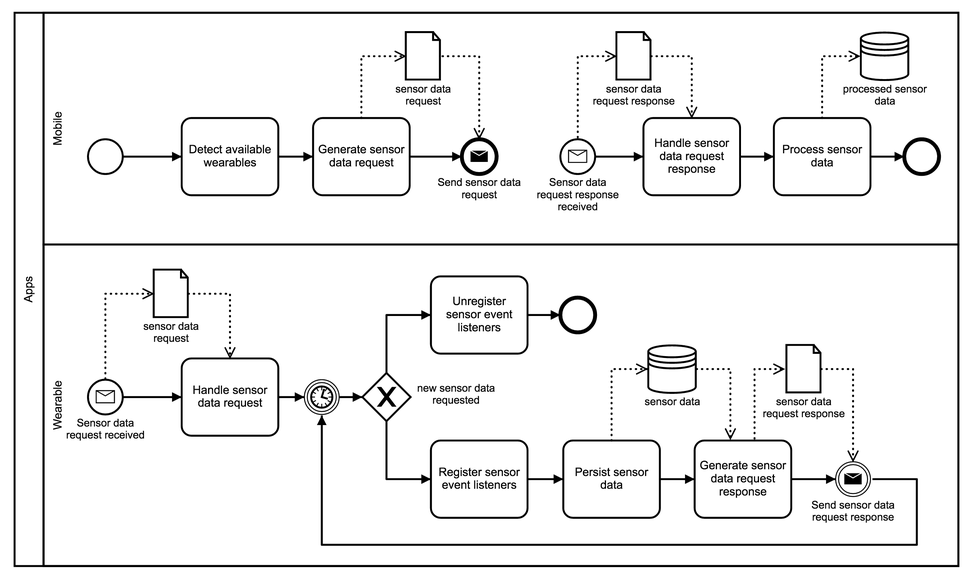
Above: Source/diagrams/apps.png in Steppschuh/bachelors-thesis (BPMN), before the change. Its source is kept beside it as Source/diagrams/apps.bpmn. Ids are renumbered.
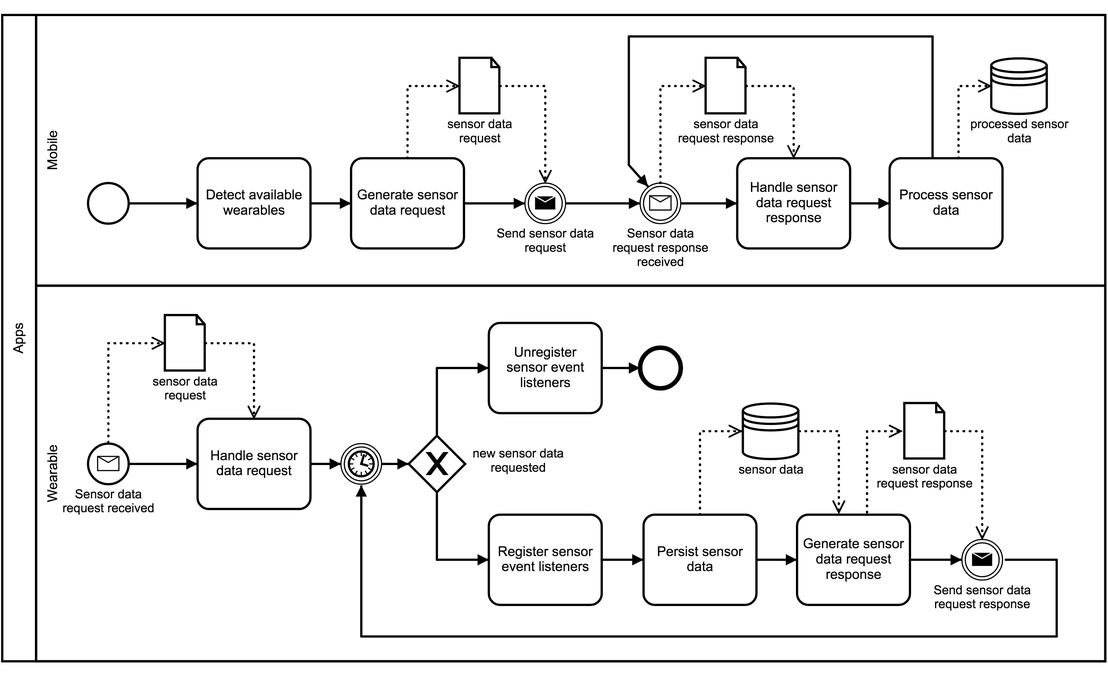
After the change.

Change to the diagram source:
```diff
@@ -5,13 +5,12 @@
   <process id="Process_1" isExecutable="false">
     <laneSet>
       <lane id="Lane_n3" name="Mobile">
+        <flowNodeRef>StartEvent_n6</flowNodeRef>
         <flowNodeRef>Task_n4</flowNodeRef>
         <flowNodeRef>Task_n5</flowNodeRef>
-        <flowNodeRef>StartEvent_n6</flowNodeRef>
-        <flowNodeRef>EndEvent_n7</flowNodeRef>
         <flowNodeRef>Task_n8</flowNodeRef>
         <flowNodeRef>Task_n9</flowNodeRef>
-        <flowNodeRef>EndEvent_n10</flowNodeRef>
+        <flowNodeRef>EndEvent_n7</flowNodeRef>
         <flowNodeRef>StartEvent_n11</flowNodeRef>
       </lane>
       <lane id="Lane_n12" name="Wearable">
@@ -27,66 +26,6 @@
         <flowNodeRef>IntermediateThrowEvent_n22</flowNodeRef>
       </lane>
     </laneSet>
-    <startEvent id="StartEvent_n6" name="">
-      <outgoing>SequenceFlow_n23</outgoing>
-    </startEvent>
-    <task id="Task_n4" name="Detect available wearables">
-      <incoming>SequenceFlow_n23</incoming>
-      <outgoing>SequenceFlow_n24</outgoing>
-    </task>
-    <task id="Task_n5" name="Generate sensor data request">
-      <incoming>SequenceFlow_n24</incoming>
-      <outgoing>SequenceFlow_n25</outgoing>
-      <dataOutputAssociation id="DataOutputAssociation_n26">
-        <targetRef>DataObjectReference_n27</targetRef>
-      </dataOutputAssociation>
-    </task>
-    <dataObjectReference id="DataObjectReference_n27" name="sensor data request" dataObjectRef="DataObject_n28" />
-    <dataObject id="DataObject_n28" />
-    <endEvent id="EndEvent_n7" name="Send sensor data request">
-      <incoming>SequenceFlow_n25</incoming>
-      <property id="Property_n29" name="__targetRef_placeholder" />
-      <dataInputAssociation id="DataInputAssociation_n30">
-        <sourceRef>DataObjectReference_n27</sourceRef>
-        <targetRef>Property_n29</targetRef>
-      </dataInputAssociation>
-      <messageEventDefinition />
-    </endEvent>
-    <sequenceFlow id="SequenceFlow_n23" sourceRef="StartEvent_n6" targetRef="Task_n4" />
-    <sequenceFlow id="SequenceFlow_n24" sourceRef="Task_n4" targetRef="Task_n5" />
-    <sequenceFlow id="SequenceFlow_n25" sourceRef="Task_n5" targetRef="EndEvent_n7" />
-    <startEvent id="StartEvent_n11" name="Sensor data request response received">
-      <outgoing>SequenceFlow_n31</outgoing>
-      <dataOutputAssociation id="DataOutputAssociation_n32">
-        <targetRef>DataObjectReference_n33</targetRef>
-      </dataOutputAssociation>
-      <messageEventDefinition />
-    </startEvent>
-    <task id="Task_n8" name="Handle sensor data request response">
-      <incoming>SequenceFlow_n31</incoming>
-      <outgoing>SequenceFlow_n34</outgoing>
-      <property id="Property_n35" name="__targetRef_placeholder" />
-      <dataInputAssociation id="DataInputAssociation_n36">
-        <sourceRef>DataObjectReference_n33</sourceRef>
-        <targetRef>Property_n35</targetRef>
-      </dataInputAssociation>
-    </task>
-    <sequenceFlow id="SequenceFlow_n31" sourceRef="StartEvent_n11" targetRef="Task_n8" />
-    <dataObjectReference id="DataObjectReference_n33" name="sensor data request response" dataObjectRef="DataObject_n37" />
-    <dataObject id="DataObject_n37" />
-    <task id="Task_n9" name="Process sensor data">
-      <incoming>SequenceFlow_n34</incoming>
-      <outgoing>SequenceFlow_n38</outgoing>
-      <dataOutputAssociation id="DataOutputAssociation_n39">
-        <targetRef>DataStoreReference_n40</targetRef>
-      </dataOutputAssociation>
-    </task>
-    <sequenceFlow id="SequenceFlow_n34" sourceRef="Task_n8" targetRef="Task_n9" />
-    <sequenceFlow id="SequenceFlow_n38" sourceRef="Task_n9" targetRef="EndEvent_n10" />
-    <endEvent id="EndEvent_n10">
-      <incoming>SequenceFlow_n38</incoming>
-    </endEvent>
-    <dataStoreReference id="DataStoreReference_n40" name="processed sensor data" />
     <startEvent id="StartEvent_n18" name="Sensor data request received">
       <outgoing>SequenceFlow_n41</outgoing>
       <dataOutputAssociation id="DataOutputAssociation_n42">
@@ -169,6 +108,67 @@
     <sequenceFlow id="SequenceFlow_n53" sourceRef="Task_n15" targetRef="Task_n16" />
     <sequenceFlow id="SequenceFlow_n54" sourceRef="Task_n16" targetRef="Task_n17" />
     <sequenceFlow id="SequenceFlow_n57" sourceRef="Task_n17" targetRef="IntermediateThrowEvent_n22" />
+    <startEvent id="StartEvent_n6" name="">
+      <outgoing>SequenceFlow_n23</outgoing>
+    </startEvent>
+    <task id="Task_n4" name="Detect available wearables">
+      <incoming>SequenceFlow_n23</incoming>
+      <outgoing>SequenceFlow_n24</outgoing>
+    </task>
+    <task id="Task_n5" name="Generate sensor data request">
+      <incoming>SequenceFlow_n24</incoming>
+      <outgoing>SequenceFlow_n25</outgoing>
+      <dataOutputAssociation id="DataOutputAssociation_n26">
+        <targetRef>DataObjectReference_n27</targetRef>
+      </dataOutputAssociation>
+    </task>
+    <dataObjectReference id="DataObjectReference_n27" name="sensor data request" dataObjectRef="DataObject_n28" />
+    <dataObject id="DataObject_n28" />
+    <task id="Task_n8" name="Handle sensor data request response">
+      <incoming>SequenceFlow_n31</incoming>
+      <outgoing>SequenceFlow_n34</outgoing>
+      <property id="Property_n35" name="__targetRef_placeholder" />
+      <dataInputAssociation id="DataInputAssociation_n36">
+        <sourceRef>DataObjectReference_n33</sourceRef>
+        <targetRef>Property_n35</targetRef>
+      </dataInputAssociation>
+    </task>
+    <dataObjectReference id="DataObjectReference_n33" name="sensor data request response" dataObjectRef="DataObject_n37" />
+    <dataObject id="DataObject_n37" />
+    <task id="Task_n9" name="Process sensor data">
+      <incoming>SequenceFlow_n34</incoming>
+      <outgoing>SequenceFlow_n65</outgoing>
+      <dataOutputAssociation id="DataOutputAssociation_n39">
+        <targetRef>DataStoreReference_n40</targetRef>
+      </dataOutputAssociation>
+    </task>
+    <dataStoreReference id="DataStoreReference_n40" name="processed sensor data" />
+    <intermediateThrowEvent id="EndEvent_n7" name="Send sensor data request">
+      <incoming>SequenceFlow_n25</incoming>
+      <outgoing>SequenceFlow_n66</outgoing>
+      <property id="Property_n67" name="__targetRef_placeholder" />
+      <dataInputAssociation id="DataInputAssociation_n30">
+        <sourceRef>DataObjectReference_n27</sourceRef>
+        <targetRef>Property_n67</targetRef>
+      </dataInputAssociation>
+      <messageEventDefinition />
+    </intermediateThrowEvent>
+    <intermediateCatchEvent id="StartEvent_n11" name="Sensor data request response received">
+      <incoming>SequenceFlow_n66</incoming>
+      <incoming>SequenceFlow_n65</incoming>
+      <outgoing>SequenceFlow_n31</outgoing>
+      <dataOutputAssociation id="DataOutputAssociation_n68">
+        <targetRef>DataObjectReference_n33</targetRef>
+      </dataOutputAssociation>
+      <messageEventDefinition />
+    </intermediateCatchEvent>
+    <sequenceFlow id="SequenceFlow_n23" sourceRef="StartEvent_n6" targetRef="Task_n4" />
+    <sequenceFlow id="SequenceFlow_n24" sourceRef="Task_n4" targetRef="Task_n5" />
+    <sequenceFlow id="SequenceFlow_n25" sourceRef="Task_n5" targetRef="EndEvent_n7" />
+    <sequenceFlow id="SequenceFlow_n31" sourceRef="StartEvent_n11" targetRef="Task_n8" />
+    <sequenceFlow id="SequenceFlow_n34" sourceRef="Task_n8" targetRef="Task_n9" />
+    <sequenceFlow id="SequenceFlow_n65" sourceRef="Task_n9" targetRef="StartEvent_n11" />
+    <sequenceFlow id="SequenceFlow_n66" sourceRef="EndEvent_n7" targetRef="StartEvent_n11" />
   </process>
   <bpmndi:BPMNDiagram id="BpmnDiagram_1">
     <bpmndi:BPMNPlane id="BpmnPlane_1" bpmnElement="Collaboration_n1">
@@ -182,19 +182,19 @@
         <omgdc:Bounds x="293" y="304" width="947" height="333" />
       </bpmndi:BPMNShape>
       <bpmndi:BPMNShape id="StartEvent_n6_di" bpmnElement="StartEvent_n6">
-        <omgdc:Bounds x="339" y="195" width="36" height="36" />
+        <omgdc:Bounds x="339" y="213" width="36" height="36" />
         <bpmndi:BPMNLabel>
-          <omgdc:Bounds x="312" y="231" width="90" height="20" />
+          <omgdc:Bounds x="312" y="249" width="90" height="20" />
         </bpmndi:BPMNLabel>
       </bpmndi:BPMNShape>
       <bpmndi:BPMNShape id="Task_n4_di" bpmnElement="Task_n4">
-        <omgdc:Bounds x="436" y="173" width="100" height="80" />
+        <omgdc:Bounds x="436" y="191" width="100" height="80" />
       </bpmndi:BPMNShape>
       <bpmndi:BPMNEdge id="SequenceFlow_n23_di" bpmnElement="SequenceFlow_n23">
-        <omgdi:waypoint xsi:type="omgdc:Point" x="375" y="213" />
-        <omgdi:waypoint xsi:type="omgdc:Point" x="436" y="213" />
+        <omgdi:waypoint xsi:type="omgdc:Point" x="375" y="231" />
+        <omgdi:waypoint xsi:type="omgdc:Point" x="436" y="231" />
         <bpmndi:BPMNLabel>
-          <omgdc:Bounds x="360.5" y="188" width="90" height="20" />
+          <omgdc:Bounds x="361" y="206" width="90" height="20" />
         </bpmndi:BPMNLabel>
       </bpmndi:BPMNEdge>
       <bpmndi:BPMNShape id="StartEvent_08kapgo_di" bpmnElement="StartEvent_n18">
@@ -214,28 +214,22 @@
         </bpmndi:BPMNLabel>
       </bpmndi:BPMNEdge>
       <bpmndi:BPMNShape id="Task_n5_di" bpmnElement="Task_n5">
-        <omgdc:Bounds x="572" y="173" width="100" height="80" />
+        <omgdc:Bounds x="572" y="191" width="100" height="80" />
       </bpmndi:BPMNShape>
       <bpmndi:BPMNEdge id="SequenceFlow_n24_di" bpmnElement="SequenceFlow_n24">
-        <omgdi:waypoint xsi:type="omgdc:Point" x="536" y="213" />
-        <omgdi:waypoint xsi:type="omgdc:Point" x="572" y="213" />
+        <omgdi:waypoint xsi:type="omgdc:Point" x="536" y="231" />
+        <omgdi:waypoint xsi:type="omgdc:Point" x="572" y="231" />
         <bpmndi:BPMNLabel>
-          <omgdc:Bounds x="509" y="188" width="90" height="20" />
+          <omgdc:Bounds x="509" y="206" width="90" height="20" />
         </bpmndi:BPMNLabel>
       </bpmndi:BPMNEdge>
       <bpmndi:BPMNEdge id="SequenceFlow_n25_di" bpmnElement="SequenceFlow_n25">
-        <omgdi:waypoint xsi:type="omgdc:Point" x="672" y="213" />
-        <omgdi:waypoint xsi:type="omgdc:Point" x="726" y="213" />
+        <omgdi:waypoint xsi:type="omgdc:Point" x="672" y="231" />
+        <omgdi:waypoint xsi:type="omgdc:Point" x="726" y="231" />
         <bpmndi:BPMNLabel>
-          <omgdc:Bounds x="654" y="188" width="90" height="20" />
+          <omgdc:Bounds x="654" y="206" width="90" height="20" />
         </bpmndi:BPMNLabel>
       </bpmndi:BPMNEdge>
-      <bpmndi:BPMNShape id="EndEvent_0nxr4s8_di" bpmnElement="EndEvent_n7">
-        <omgdc:Bounds x="726" y="195" width="36" height="36" />
-        <bpmndi:BPMNLabel>
-          <omgdc:Bounds x="699" y="231" width="90" height="20" />
-        </bpmndi:BPMNLabel>
-      </bpmndi:BPMNShape>
       <bpmndi:BPMNShape id="ExclusiveGateway_n19_di" bpmnElement="ExclusiveGateway_n19" isMarkerVisible="true">
         <omgdc:Bounds x="623" y="437" width="50" height="50" />
         <bpmndi:BPMNLabel>
@@ -270,20 +264,20 @@
         </bpmndi:BPMNLabel>
       </bpmndi:BPMNEdge>
       <bpmndi:BPMNShape id="DataObjectReference_n27_di" bpmnElement="DataObjectReference_n27">
-        <omgdc:Bounds x="668" y="84" width="36" height="50" />
+        <omgdc:Bounds x="668" y="102" width="36" height="50" />
         <bpmndi:BPMNLabel>
-          <omgdc:Bounds x="641" y="134" width="90" height="20" />
+          <omgdc:Bounds x="641" y="152" width="90" height="20" />
         </bpmndi:BPMNLabel>
       </bpmndi:BPMNShape>
       <bpmndi:BPMNEdge id="DataOutputAssociation_n26_di" bpmnElement="DataOutputAssociation_n26">
-        <omgdi:waypoint xsi:type="omgdc:Point" x="622" y="173" />
-        <omgdi:waypoint xsi:type="omgdc:Point" x="622" y="109" />
-        <omgdi:waypoint xsi:type="omgdc:Point" x="668" y="109" />
+        <omgdi:waypoint xsi:type="omgdc:Point" x="622" y="191" />
+        <omgdi:waypoint xsi:type="omgdc:Point" x="622" y="127" />
+        <omgdi:waypoint xsi:type="omgdc:Point" x="668" y="127" />
       </bpmndi:BPMNEdge>
       <bpmndi:BPMNEdge id="DataInputAssociation_n30_di" bpmnElement="DataInputAssociation_n30">
-        <omgdi:waypoint xsi:type="omgdc:Point" x="706" y="109" />
-        <omgdi:waypoint xsi:type="omgdc:Point" x="744" y="109" />
-        <omgdi:waypoint xsi:type="omgdc:Point" x="744" y="195" />
+        <omgdi:waypoint xsi:type="omgdc:Point" x="704" y="127" />
+        <omgdi:waypoint xsi:type="omgdc:Point" x="744" y="127" />
+        <omgdi:waypoint xsi:type="omgdc:Point" x="744" y="213" />
       </bpmndi:BPMNEdge>
       <bpmndi:BPMNEdge id="SequenceFlow_n44_di" bpmnElement="SequenceFlow_n44">
         <omgdi:waypoint xsi:type="omgdc:Point" x="536" y="462" />
@@ -404,71 +398,81 @@
           <omgdc:Bounds x="1167" y="571" width="90" height="20" />
         </bpmndi:BPMNLabel>
       </bpmndi:BPMNEdge>
-      <bpmndi:BPMNShape id="StartEvent_0irjjyy_di" bpmnElement="StartEvent_n11">
-        <omgdc:Bounds x="828" y="195" width="36" height="36" />
-        <bpmndi:BPMNLabel>
-          <omgdc:Bounds x="801" y="231" width="90" height="20" />
-        </bpmndi:BPMNLabel>
-      </bpmndi:BPMNShape>
       <bpmndi:BPMNShape id="Task_n8_di" bpmnElement="Task_n8">
-        <omgdc:Bounds x="914" y="173" width="100" height="80" />
+        <omgdc:Bounds x="914" y="191" width="100" height="80" />
       </bpmndi:BPMNShape>
       <bpmndi:BPMNEdge id="SequenceFlow_n31_di" bpmnElement="SequenceFlow_n31">
-        <omgdi:waypoint xsi:type="omgdc:Point" x="864" y="213" />
-        <omgdi:waypoint xsi:type="omgdc:Point" x="914" y="213" />
+        <omgdi:waypoint xsi:type="omgdc:Point" x="864" y="231" />
+        <omgdi:waypoint xsi:type="omgdc:Point" x="914" y="231" />
         <bpmndi:BPMNLabel>
-          <omgdc:Bounds x="844" y="188" width="90" height="20" />
+          <omgdc:Bounds x="844" y="206" width="90" height="20" />
         </bpmndi:BPMNLabel>
       </bpmndi:BPMNEdge>
       <bpmndi:BPMNShape id="DataObjectReference_n33_di" bpmnElement="DataObjectReference_n33">
-        <omgdc:Bounds x="886" y="84" width="36" height="50" />
+        <omgdc:Bounds x="886" y="102" width="36" height="50" />
         <bpmndi:BPMNLabel>
-          <omgdc:Bounds x="859" y="134" width="90" height="20" />
+          <omgdc:Bounds x="859" y="152" width="90" height="20" />
         </bpmndi:BPMNLabel>
       </bpmndi:BPMNShape>
-      <bpmndi:BPMNEdge id="DataOutputAssociation_n32_di" bpmnElement="DataOutputAssociation_n32">
-        <omgdi:waypoint xsi:type="omgdc:Point" x="846" y="193" />
-        <omgdi:waypoint xsi:type="omgdc:Point" x="846" y="109" />
-        <omgdi:waypoint xsi:type="omgdc:Point" x="886" y="109" />
-      </bpmndi:BPMNEdge>
       <bpmndi:BPMNEdge id="DataInputAssociation_n36_di" bpmnElement="DataInputAssociation_n36">
-        <omgdi:waypoint xsi:type="omgdc:Point" x="922" y="109" />
-        <omgdi:waypoint xsi:type="omgdc:Point" x="964" y="109" />
-        <omgdi:waypoint xsi:type="omgdc:Point" x="964" y="173" />
+        <omgdi:waypoint xsi:type="omgdc:Point" x="922" y="127" />
+        <omgdi:waypoint xsi:type="omgdc:Point" x="964" y="127" />
+        <omgdi:waypoint xsi:type="omgdc:Point" x="964" y="191" />
       </bpmndi:BPMNEdge>
       <bpmndi:BPMNShape id="Task_n9_di" bpmnElement="Task_n9">
-        <omgdc:Bounds x="1049" y="173" width="100" height="80" />
+        <omgdc:Bounds x="1049" y="191" width="100" height="80" />
       </bpmndi:BPMNShape>
       <bpmndi:BPMNEdge id="SequenceFlow_n34_di" bpmnElement="SequenceFlow_n34">
-        <omgdi:waypoint xsi:type="omgdc:Point" x="1014" y="213" />
-        <omgdi:waypoint xsi:type="omgdc:Point" x="1049" y="213" />
+        <omgdi:waypoint xsi:type="omgdc:Point" x="1014" y="231" />
+        <omgdi:waypoint xsi:type="omgdc:Point" x="1049" y="231" />
         <bpmndi:BPMNLabel>
-          <omgdc:Bounds x="986.5" y="188" width="90" height="20" />
-        </bpmndi:BPMNLabel>
-      </bpmndi:BPMNEdge>
-      <bpmndi:BPMNShape id="EndEvent_n10_di" bpmnElement="EndEvent_n10">
-        <omgdc:Bounds x="1184" y="195" width="36" height="36" />
-        <bpmndi:BPMNLabel>
-          <omgdc:Bounds x="1157" y="231" width="90" height="20" />
-        </bpmndi:BPMNLabel>
-      </bpmndi:BPMNShape>
-      <bpmndi:BPMNEdge id="SequenceFlow_n38_di" bpmnElement="SequenceFlow_n38">
-        <omgdi:waypoint xsi:type="omgdc:Point" x="1149" y="213" />
-        <omgdi:waypoint xsi:type="omgdc:Point" x="1184" y="213" />
-        <bpmndi:BPMNLabel>
-          <omgdc:Bounds x="1121.5" y="188" width="90" height="20" />
+          <omgdc:Bounds x="987" y="206" width="90" height="20" />
         </bpmndi:BPMNLabel>
       </bpmndi:BPMNEdge>
       <bpmndi:BPMNShape id="DataStoreReference_n40_di" bpmnElement="DataStoreReference_n40">
-        <omgdc:Bounds x="1139" y="84" width="50" height="50" />
+        <omgdc:Bounds x="1139" y="102" width="50" height="50" />
         <bpmndi:BPMNLabel>
-          <omgdc:Bounds x="1119" y="134" width="90" height="20" />
+          <omgdc:Bounds x="1119" y="152" width="90" height="20" />
         </bpmndi:BPMNLabel>
       </bpmndi:BPMNShape>
       <bpmndi:BPMNEdge id="DataOutputAssociation_n39_di" bpmnElement="DataOutputAssociation_n39">
-        <omgdi:waypoint xsi:type="omgdc:Point" x="1099" y="173" />
-        <omgdi:waypoint xsi:type="omgdc:Point" x="1099" y="109" />
-        <omgdi:waypoint xsi:type="omgdc:Point" x="1138" y="109" />
+        <omgdi:waypoint xsi:type="omgdc:Point" x="1110" y="191" />
+        <omgdi:waypoint xsi:type="omgdc:Point" x="1110" y="127" />
+        <omgdi:waypoint xsi:type="omgdc:Point" x="1139" y="127" />
+      </bpmndi:BPMNEdge>
+      <bpmndi:BPMNShape id="IntermediateThrowEvent_0z782mi_di" bpmnElement="EndEvent_n7">
+        <omgdc:Bounds x="726" y="213" width="36" height="36" />
+        <bpmndi:BPMNLabel>
+          <omgdc:Bounds x="699" y="249" width="90" height="20" />
+        </bpmndi:BPMNLabel>
+      </bpmndi:BPMNShape>
+      <bpmndi:BPMNShape id="IntermediateCatchEvent_00nyyzq_di" bpmnElement="StartEvent_n11">
+        <omgdc:Bounds x="828" y="213" width="36" height="36" />
+        <bpmndi:BPMNLabel>
+          <omgdc:Bounds x="801" y="249" width="90" height="20" />
+        </bpmndi:BPMNLabel>
+      </bpmndi:BPMNShape>
+      <bpmndi:BPMNEdge id="DataOutputAssociation_n68_di" bpmnElement="DataOutputAssociation_n68">
+        <omgdi:waypoint xsi:type="omgdc:Point" x="846" y="213" />
+        <omgdi:waypoint xsi:type="omgdc:Point" x="846" y="127" />
+        <omgdi:waypoint xsi:type="omgdc:Point" x="886" y="127" />
+      </bpmndi:BPMNEdge>
+      <bpmndi:BPMNEdge id="SequenceFlow_n66_di" bpmnElement="SequenceFlow_n66">
+        <omgdi:waypoint xsi:type="omgdc:Point" x="762" y="231" />
+        <omgdi:waypoint xsi:type="omgdc:Point" x="828" y="231" />
+        <bpmndi:BPMNLabel>
+          <omgdc:Bounds x="750" y="206" width="90" height="20" />
+        </bpmndi:BPMNLabel>
+      </bpmndi:BPMNEdge>
+      <bpmndi:BPMNEdge id="SequenceFlow_n65_di" bpmnElement="SequenceFlow_n65">
+        <omgdi:waypoint xsi:type="omgdc:Point" x="1087" y="191" />
+        <omgdi:waypoint xsi:type="omgdc:Point" x="1087" y="83" />
+        <omgdi:waypoint xsi:type="omgdc:Point" x="818" y="83" />
+        <omgdi:waypoint xsi:type="omgdc:Point" x="818" y="197" />
+        <omgdi:waypoint xsi:type="omgdc:Point" x="835" y="216" />
+        <bpmndi:BPMNLabel>
+          <omgdc:Bounds x="908.4349423696331" y="52.02065427026693" width="90" height="20" />
+        </bpmndi:BPMNLabel>
       </bpmndi:BPMNEdge>
     </bpmndi:BPMNPlane>
   </bpmndi:BPMNDiagram>
```
